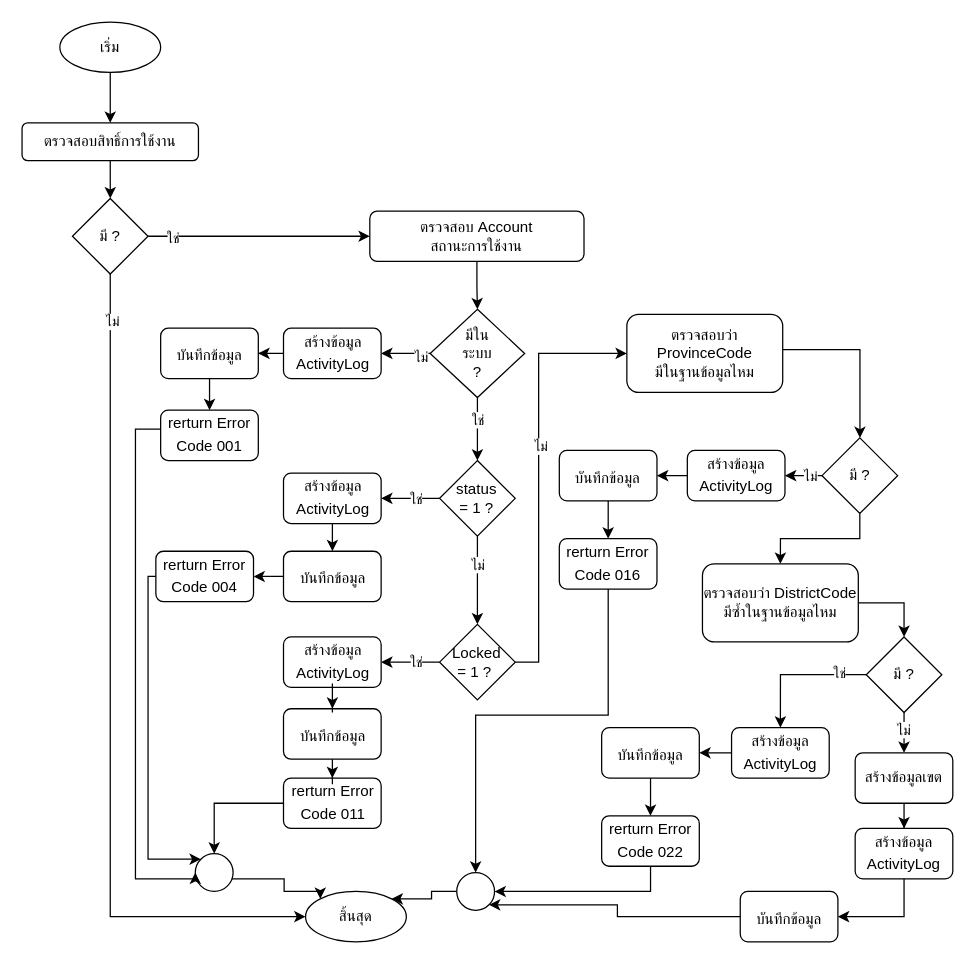
charifrodmanee/charifrodmanee keeps this draw.io diagram as page "หน้า-3" (3 of 4) of District.drawio. Above is the earlier version. Source tidied: cells renumbered, new cells numbered last; positions are measured from the earlier drawing's top-left corner, leaving out a move shared by most shapes. Both pictures are drawn from the tidied source at 126%, with x=0, y=0 at pixel (21, 21).
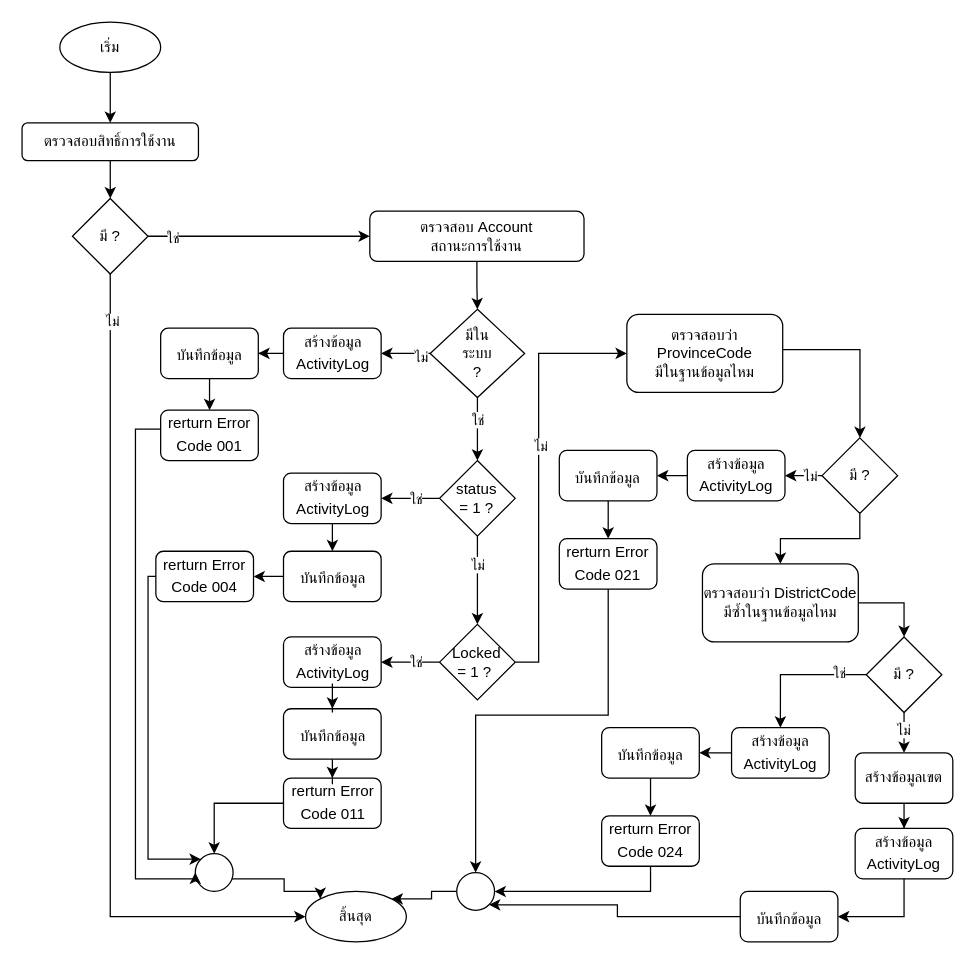
After the change.

The change refers to these unchanged cells:
```xml
<mxCell id="2" style="group;" parent="1" vertex="1">
  <mxGeometry width="738.8" height="730" as="geometry" />
</mxCell>
```

What changed in the source:
```diff
@@
-    <mxCell id="53" value="rerturn Error Code&amp;nbsp;016&lt;span style=&quot;font-size: medium; text-align: start;&quot;&gt;&lt;/span&gt;" style="rounded=1;whiteSpace=wrap;html=1;" parent="2" vertex="1">
+    <mxCell id="53" value="rerturn Error Code 021&lt;span style=&quot;font-size: medium; text-align: start;&quot;&gt;&lt;/span&gt;" style="rounded=1;whiteSpace=wrap;html=1;" parent="2" vertex="1">
       <mxGeometry x="426.4" y="410" width="77.5" height="40" as="geometry" />
     </mxCell>
@@
-    <mxCell id="66" value="rerturn Error Code&amp;nbsp;022&lt;span style=&quot;font-size: medium; text-align: start;&quot;&gt;&lt;/span&gt;" style="rounded=1;whiteSpace=wrap;html=1;" parent="2" vertex="1">
+    <mxCell id="66" value="rerturn Error Code&amp;nbsp;024&lt;span style=&quot;font-size: medium; text-align: start;&quot;&gt;&lt;/span&gt;" style="rounded=1;whiteSpace=wrap;html=1;" parent="2" vertex="1">
       <mxGeometry x="460" y="630" width="77.5" height="40" as="geometry" />
     </mxCell>
```
